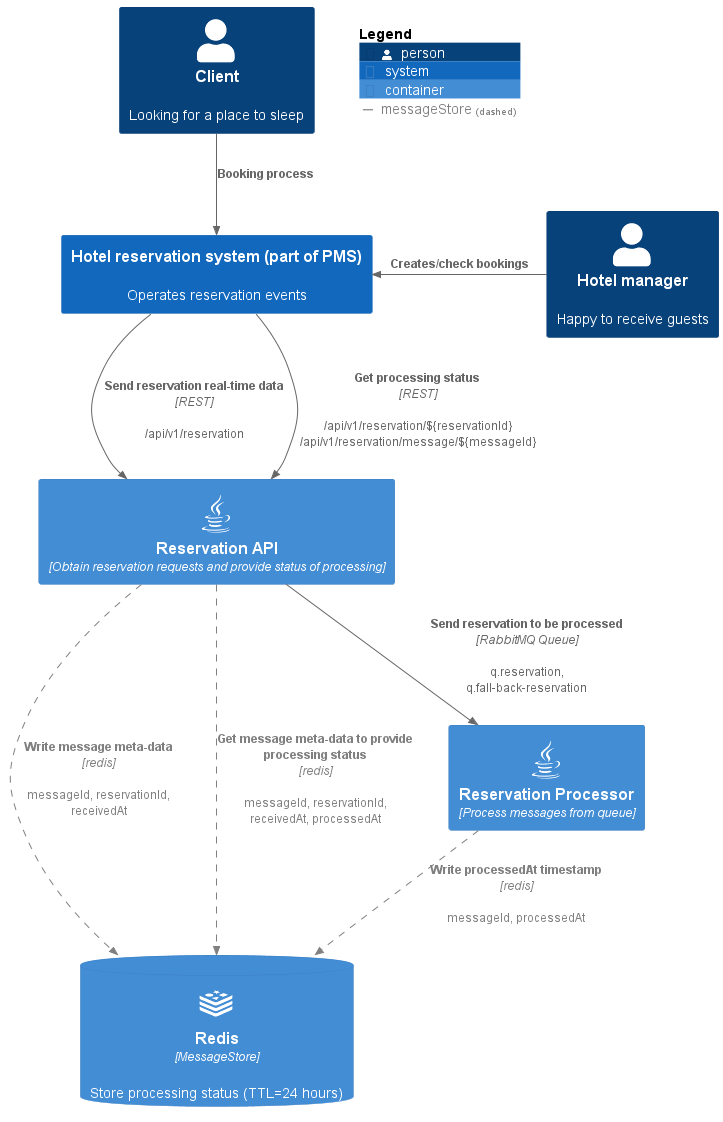
The PlantUML diagram puml/ReservationProcessingScheme.png in alexsoftware-java/practical-task, before a commit.
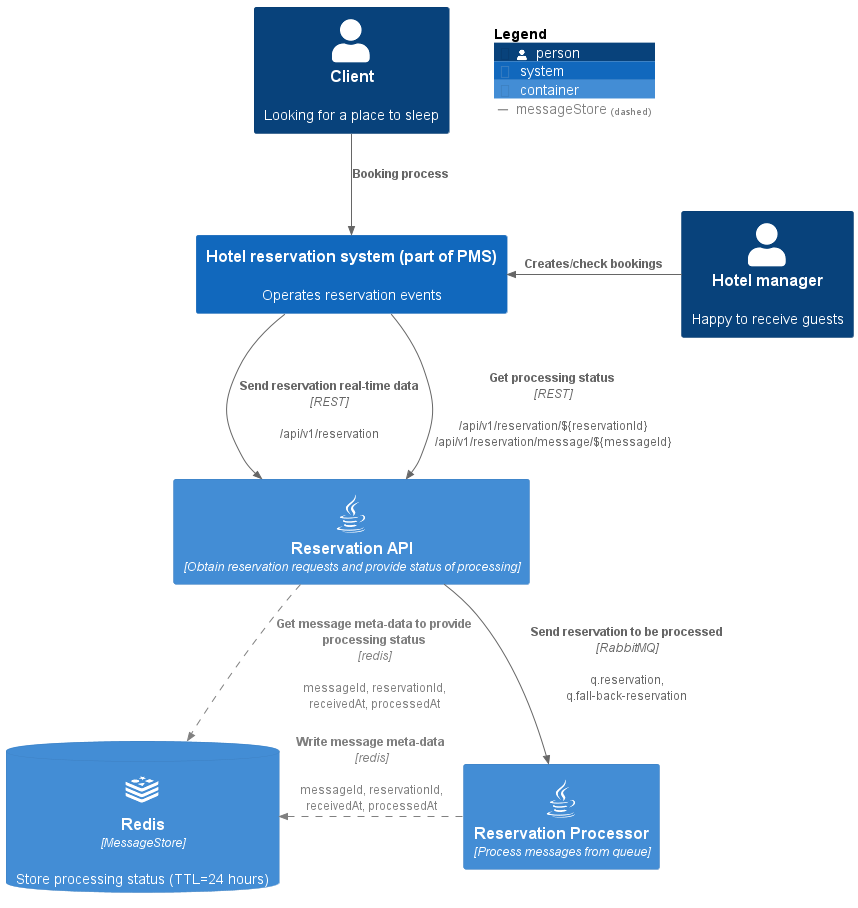
After the commit.

Commit message:
make scheme cleaner

Diff of the diagram source:
```diff
@@ -4,7 +4,6 @@
 !include https://raw.githubusercontent.com/tupadr3/plantuml-icon-font-sprites/master/devicons/java.puml
 
 skinparam wrapWidth 350
-skinparam wrapHeight 100
 skinparam maxMessageSize 200
 
 Person(person, "Client", "Looking for a place to sleep")
@@ -21,10 +20,9 @@
 Rel_L(hotel, pms, "Creates/check bookings")
 Rel(pms, api, "Send reservation real-time data", "REST", "/api/v1/reservation")
 Rel(pms, api, "Get processing status", "REST", "/api/v1/reservation/${reservationId} /api/v1/reservation/message/${messageId}")
-Rel(api, redis, "Write message meta-data","redis", "messageId, reservationId, receivedAt", $tags="messageStore")
-Rel(api, processor, "Send reservation to be processed", "RabbitMQ Queue", "q.reservation, q.fall-back-reservation")
+Rel(api, processor, "Send reservation to be processed", "RabbitMQ", "q.reservation, q.fall-back-reservation")
 Rel(api, redis, "Get message meta-data to provide processing status","redis", "messageId, reservationId, receivedAt, processedAt", $tags="messageStore")
-Rel(processor, redis, "Write processedAt timestamp", "redis", "messageId, processedAt", $tags="messageStore")
+Rel_L(processor, redis, "Write message meta-data", "redis", "messageId, reservationId, receivedAt, processedAt", $tags="messageStore")
 
 SHOW_FLOATING_LEGEND()
 
```
